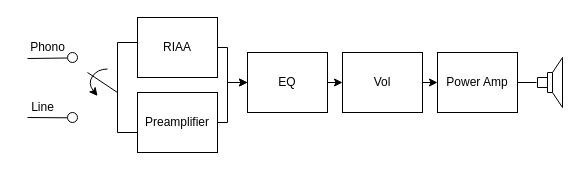
Earlier version of the draw.io diagram figures/technical_analysis/generic_hifi_amplifier.drawio (Niclasapdk/ESD4_project). Source tidied: cells renumbered, new cells numbered last; positions are measured from the earlier drawing's top-left corner, leaving out a move shared by most shapes. Both pictures are drawn from the tidied source at 100%, with x=0, y=0 at pixel (17, 17).
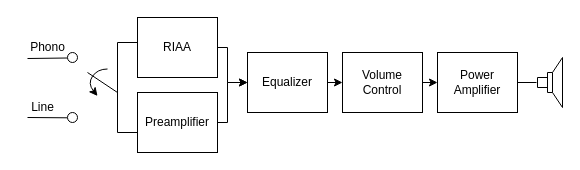
After the change.

The edit, as a diff of the source:
```diff
@@
-    <mxCell id="11" value="Vol" style="rounded=0;whiteSpace=wrap;html=1;" parent="1" vertex="1">
+    <mxCell id="11" value="Volume&lt;br&gt;Control" style="rounded=0;whiteSpace=wrap;html=1;" parent="1" vertex="1">
       <mxGeometry x="325" y="35" width="80" height="60" as="geometry" />
     </mxCell>
@@
-    <mxCell id="13" value="EQ" style="rounded=0;whiteSpace=wrap;html=1;" parent="1" vertex="1">
+    <mxCell id="13" value="Equalizer" style="rounded=0;whiteSpace=wrap;html=1;" parent="1" vertex="1">
       <mxGeometry x="230" y="35" width="80" height="60" as="geometry" />
     </mxCell>
-    <mxCell id="14" value="Power Amp" style="rounded=0;whiteSpace=wrap;html=1;" parent="1" vertex="1">
+    <mxCell id="14" value="Power Amplifier" style="rounded=0;whiteSpace=wrap;html=1;" parent="1" vertex="1">
       <mxGeometry x="420" y="35" width="80" height="60" as="geometry" />
     </mxCell>
```
